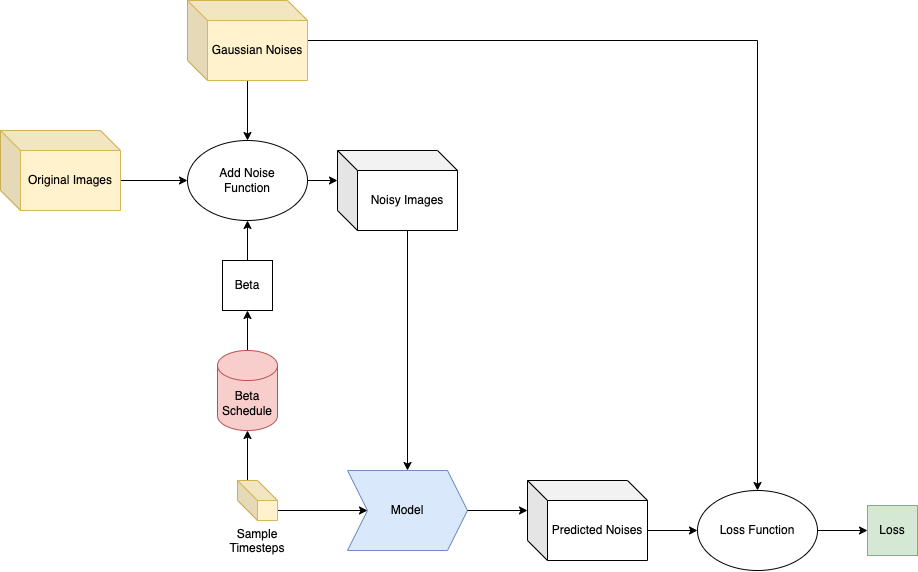
Earlier version of the draw.io export assets/training_diagram.png (duongngockhanh/denoising-diffusion-pytorch). Source tidied: cells renumbered, new cells last; positions are measured from the earlier drawing's top-left corner, leaving out a move shared by most shapes.
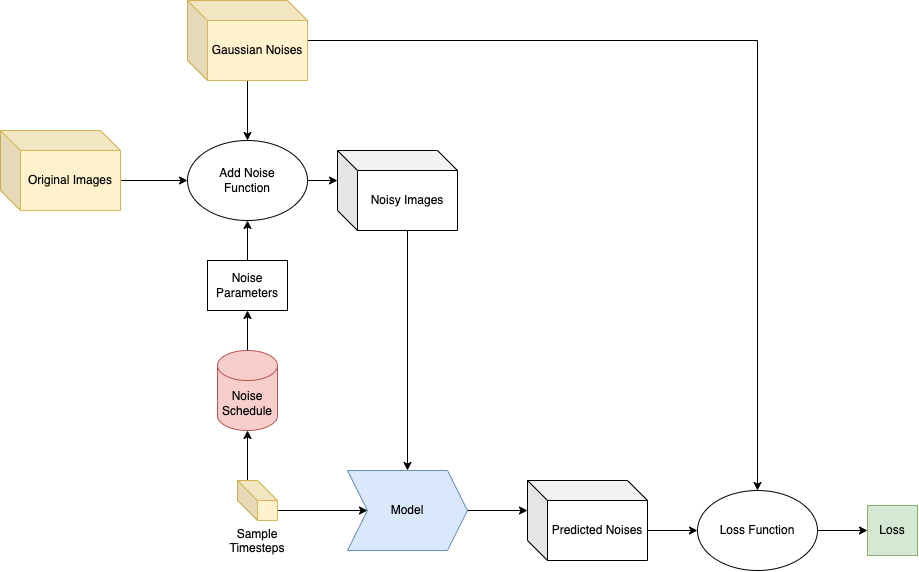
The same file after the commit.

Change to the diagram source:
```diff
@@ -52,12 +52,6 @@
     <mxCell id="17" value="Loss Function" style="ellipse;whiteSpace=wrap;html=1;" parent="1" vertex="1">
       <mxGeometry x="697" y="490" width="120" height="80" as="geometry" />
     </mxCell>
-    <mxCell id="18" style="edgeStyle=orthogonalEdgeStyle;rounded=0;jettySize=auto;html=1;entryX=0.5;entryY=1;entryDx=0;entryDy=0;" parent="1" edge="1" source="19" target="21">
-      <mxGeometry relative="1" as="geometry" />
-    </mxCell>
-    <mxCell id="19" value="Beta" style="whiteSpace=wrap;html=1;" parent="1" vertex="1">
-      <mxGeometry x="222" y="260" width="50" height="50" as="geometry" />
-    </mxCell>
     <mxCell id="20" value="Loss" style="whiteSpace=wrap;html=1;fillColor=#d5e8d4;strokeColor=#82b366;" parent="1" vertex="1">
       <mxGeometry x="867" y="505" width="50" height="50" as="geometry" />
     </mxCell>
@@ -67,11 +61,17 @@
     <mxCell id="22" style="edgeStyle=orthogonalEdgeStyle;rounded=0;jettySize=auto;html=1;exitX=1;exitY=0.5;exitDx=0;exitDy=0;entryX=0;entryY=0;entryDx=0;entryDy=30;entryPerimeter=0;" parent="1" edge="1" source="21" target="9">
       <mxGeometry relative="1" as="geometry" />
     </mxCell>
-    <mxCell id="23" style="edgeStyle=orthogonalEdgeStyle;rounded=0;jettySize=auto;html=1;entryX=0.5;entryY=1;entryDx=0;entryDy=0;" parent="1" edge="1" source="24" target="19">
-      <mxGeometry relative="1" as="geometry" />
-    </mxCell>
+    <mxCell id="25" style="edgeStyle=orthogonalEdgeStyle;rounded=0;jettySize=auto;html=1;exitX=0.5;exitY=0;exitDx=0;exitDy=0;exitPerimeter=0;entryX=0.5;entryY=1;entryDx=0;entryDy=0;" parent="1" edge="1" source="24" target="27">
+      <mxGeometry relative="1" as="geometry" />
+    </mxCell>
-    <mxCell id="24" value="Beta Schedule" style="shape=cylinder3;whiteSpace=wrap;html=1;boundedLbl=1;backgroundOutline=1;size=15;fillColor=#f8cecc;strokeColor=#b85450;" parent="1" vertex="1">
+    <mxCell id="24" value="Noise Schedule" style="shape=cylinder3;whiteSpace=wrap;html=1;boundedLbl=1;backgroundOutline=1;size=15;fillColor=#f8cecc;strokeColor=#b85450;" parent="1" vertex="1">
       <mxGeometry x="217" y="350" width="60" height="80" as="geometry" />
     </mxCell>
+    <mxCell id="26" style="edgeStyle=orthogonalEdgeStyle;rounded=0;jettySize=auto;html=1;exitX=0.5;exitY=0;exitDx=0;exitDy=0;entryX=0.5;entryY=1;entryDx=0;entryDy=0;" parent="1" edge="1" source="27" target="21">
+      <mxGeometry relative="1" as="geometry" />
+    </mxCell>
+    <mxCell id="27" value="Noise&lt;br&gt;Parameters" style="rounded=0;whiteSpace=wrap;html=1;" parent="1" vertex="1">
+      <mxGeometry x="207" y="260" width="80" height="50" as="geometry" />
+    </mxCell>
   </root>
 </mxGraphModel>
```
